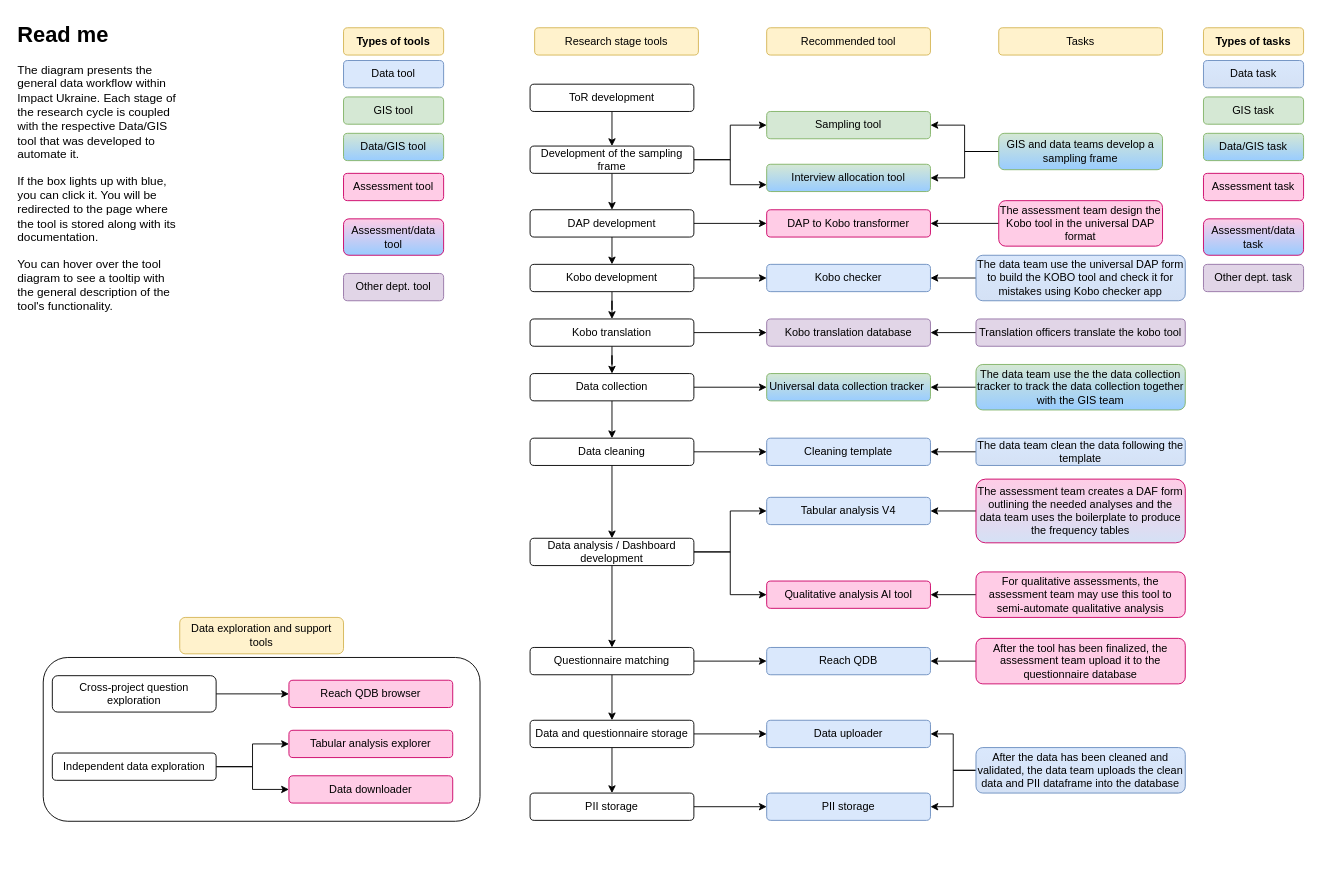
Above: Untitled Diagram.drawio in Nestor-Ch/Data_processing_pipeline (draw.io), before the change. Source tidied: cells renumbered, new cells numbered last; positions are measured from the earlier drawing's top-left corner, leaving out a move shared by most shapes. Both pictures are drawn from the tidied source at 91%, with x=0, y=0 at pixel (15, 15).
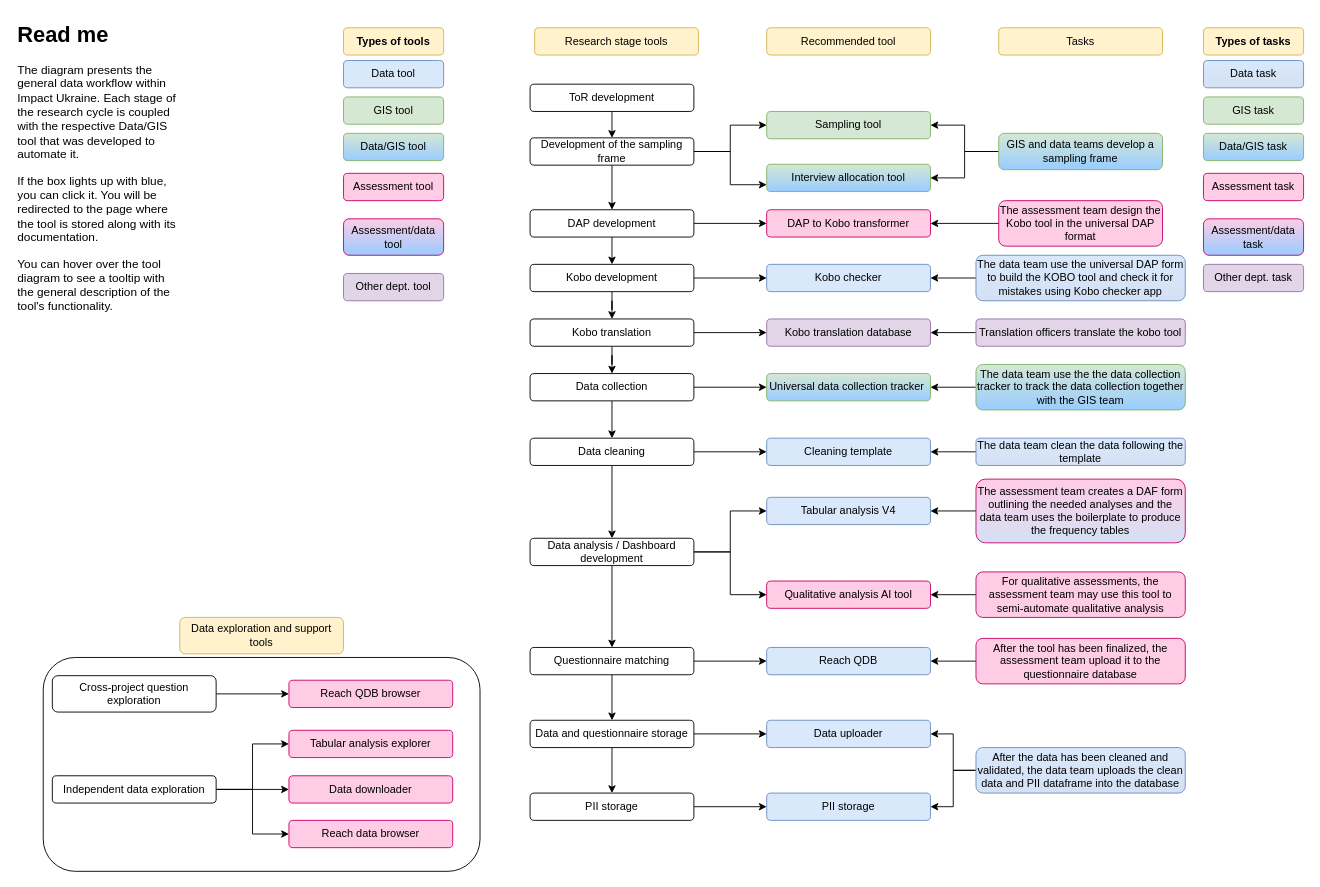
The same diagram, later.

What changed in the source:
```diff
@@
     <mxCell id="2" style="rounded=1;whiteSpace=wrap;html=1;fillColor=none;" parent="1" vertex="1">
-      <mxGeometry x="30" y="705" width="480" height="180" as="geometry" />
+      <mxGeometry x="30" y="705" width="480" height="235" as="geometry" />
     </mxCell>
@@
     <mxCell id="34" value="Development of the sampling frame" style="rounded=1;whiteSpace=wrap;html=1;" parent="1" vertex="1">
-      <mxGeometry x="565" y="143" width="180" height="30" as="geometry" />
+      <mxGeometry x="565" y="134" width="180" height="30" as="geometry" />
     </mxCell>
@@
+    <mxCell id="97" style="edgeStyle=orthogonalEdgeStyle;rounded=0;jettySize=auto;html=1;entryX=0;entryY=0.5;entryDx=0;entryDy=0;" parent="1" edge="1" source="81" target="98">
+      <mxGeometry relative="1" as="geometry" />
+    </mxCell>
     <mxCell id="81" value="Independent data exploration" style="rounded=1;whiteSpace=wrap;html=1;" parent="1" vertex="1">
-      <mxGeometry x="40" y="810" width="180" height="30" as="geometry" />
+      <mxGeometry x="40" y="835" width="180" height="30" as="geometry" />
     </mxCell>
@@
+    <mxCell id="98" value="Reach data browser" style="rounded=1;whiteSpace=wrap;html=1;fillColor=#FFCCE6;strokeColor=#CC0066;" parent="1" vertex="1">
+      <mxGeometry x="300" y="884" width="180" height="30" as="geometry" />
+    </mxCell>
```
